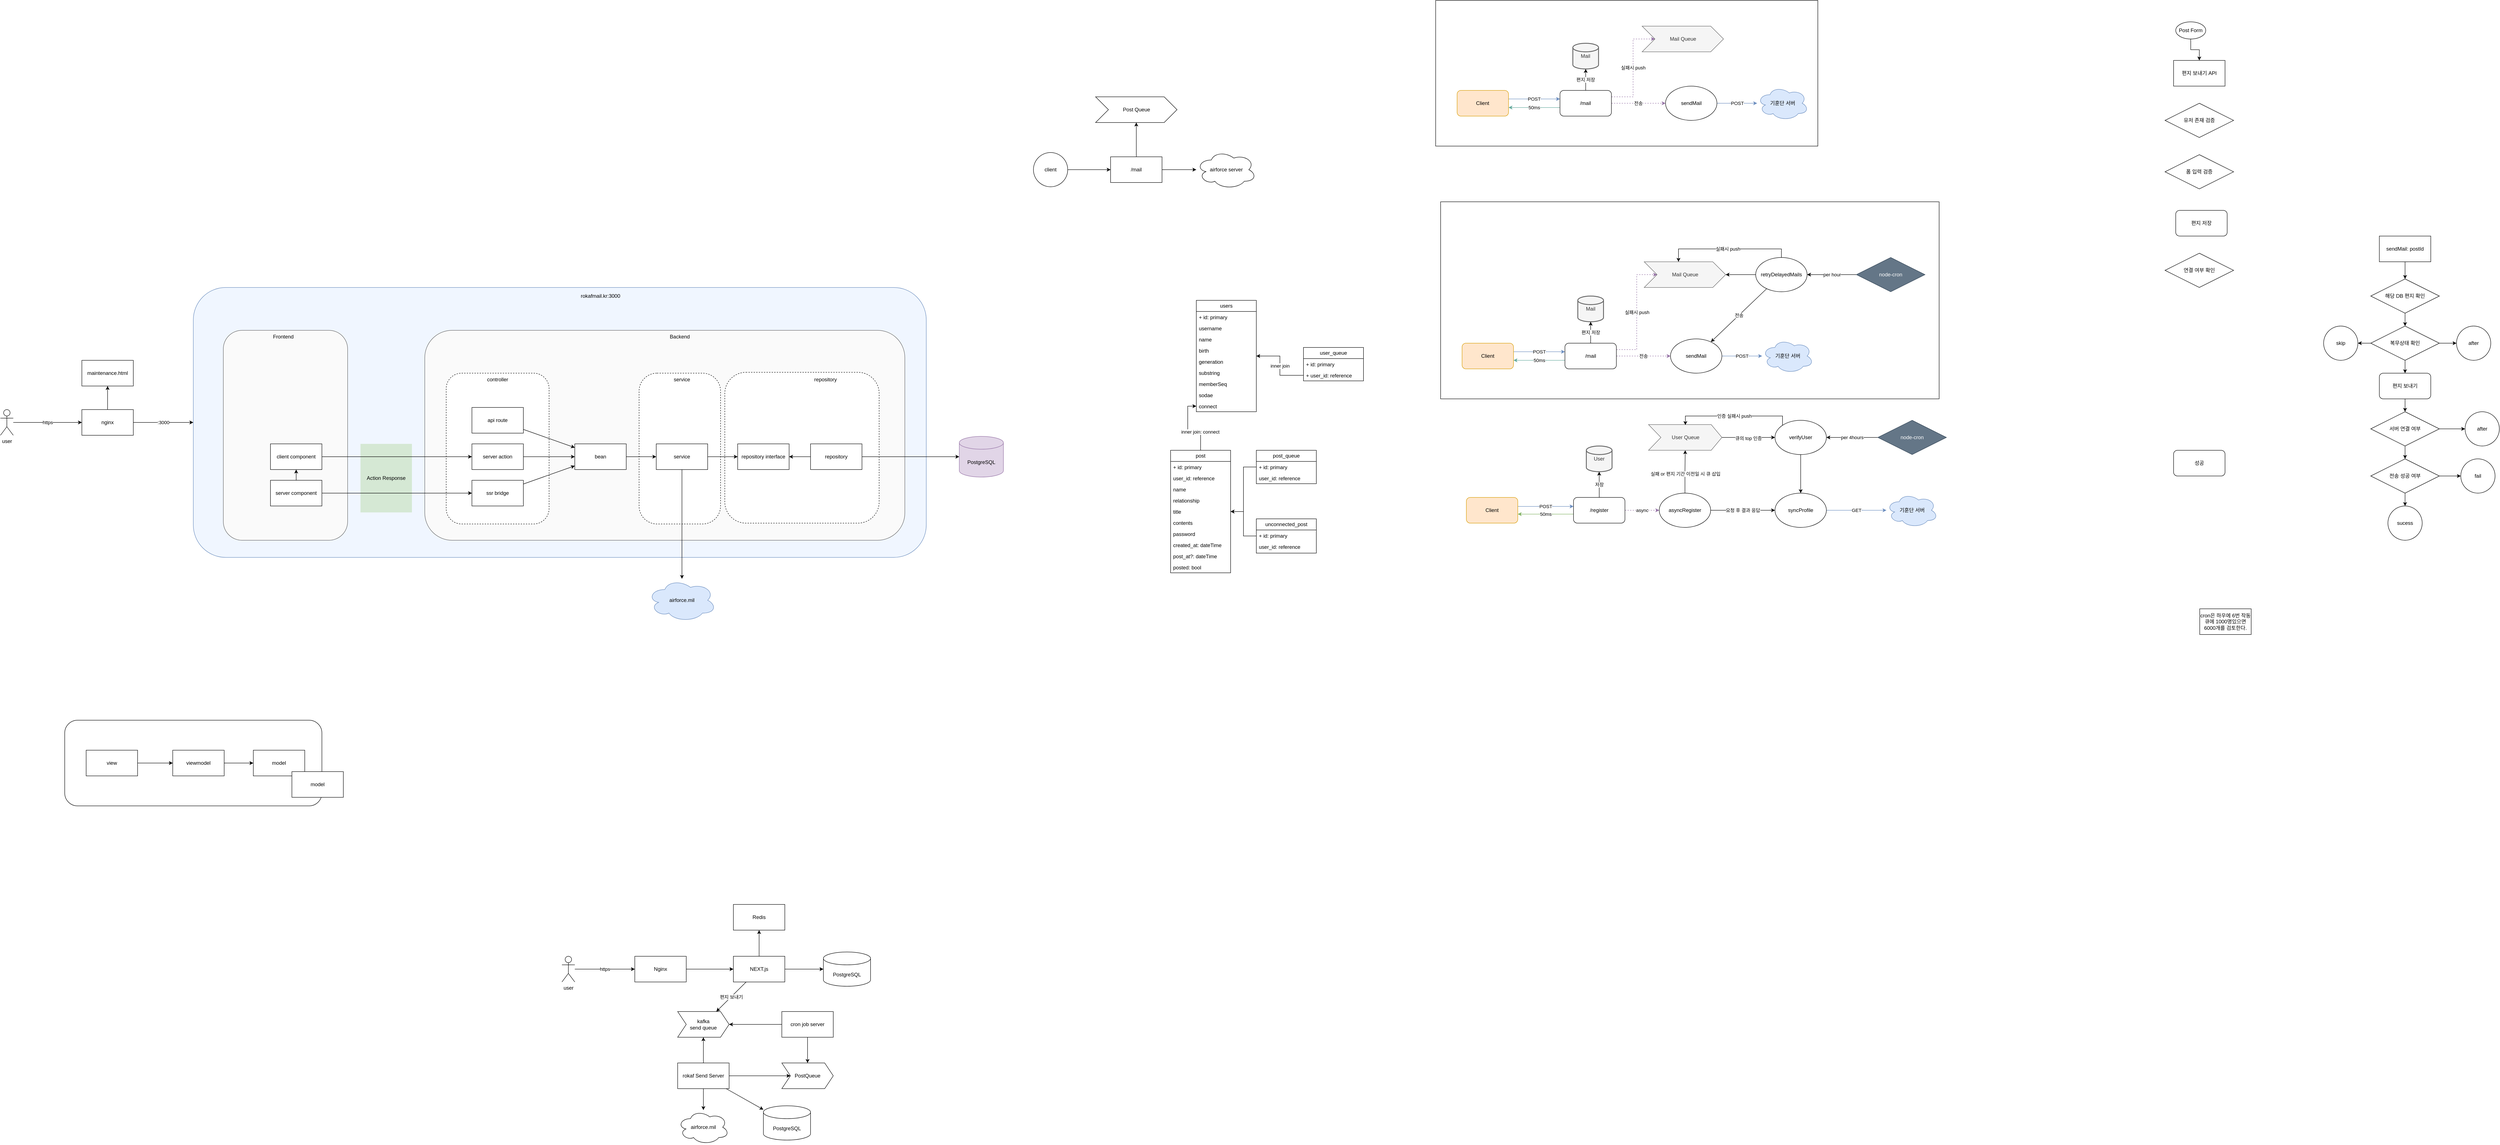
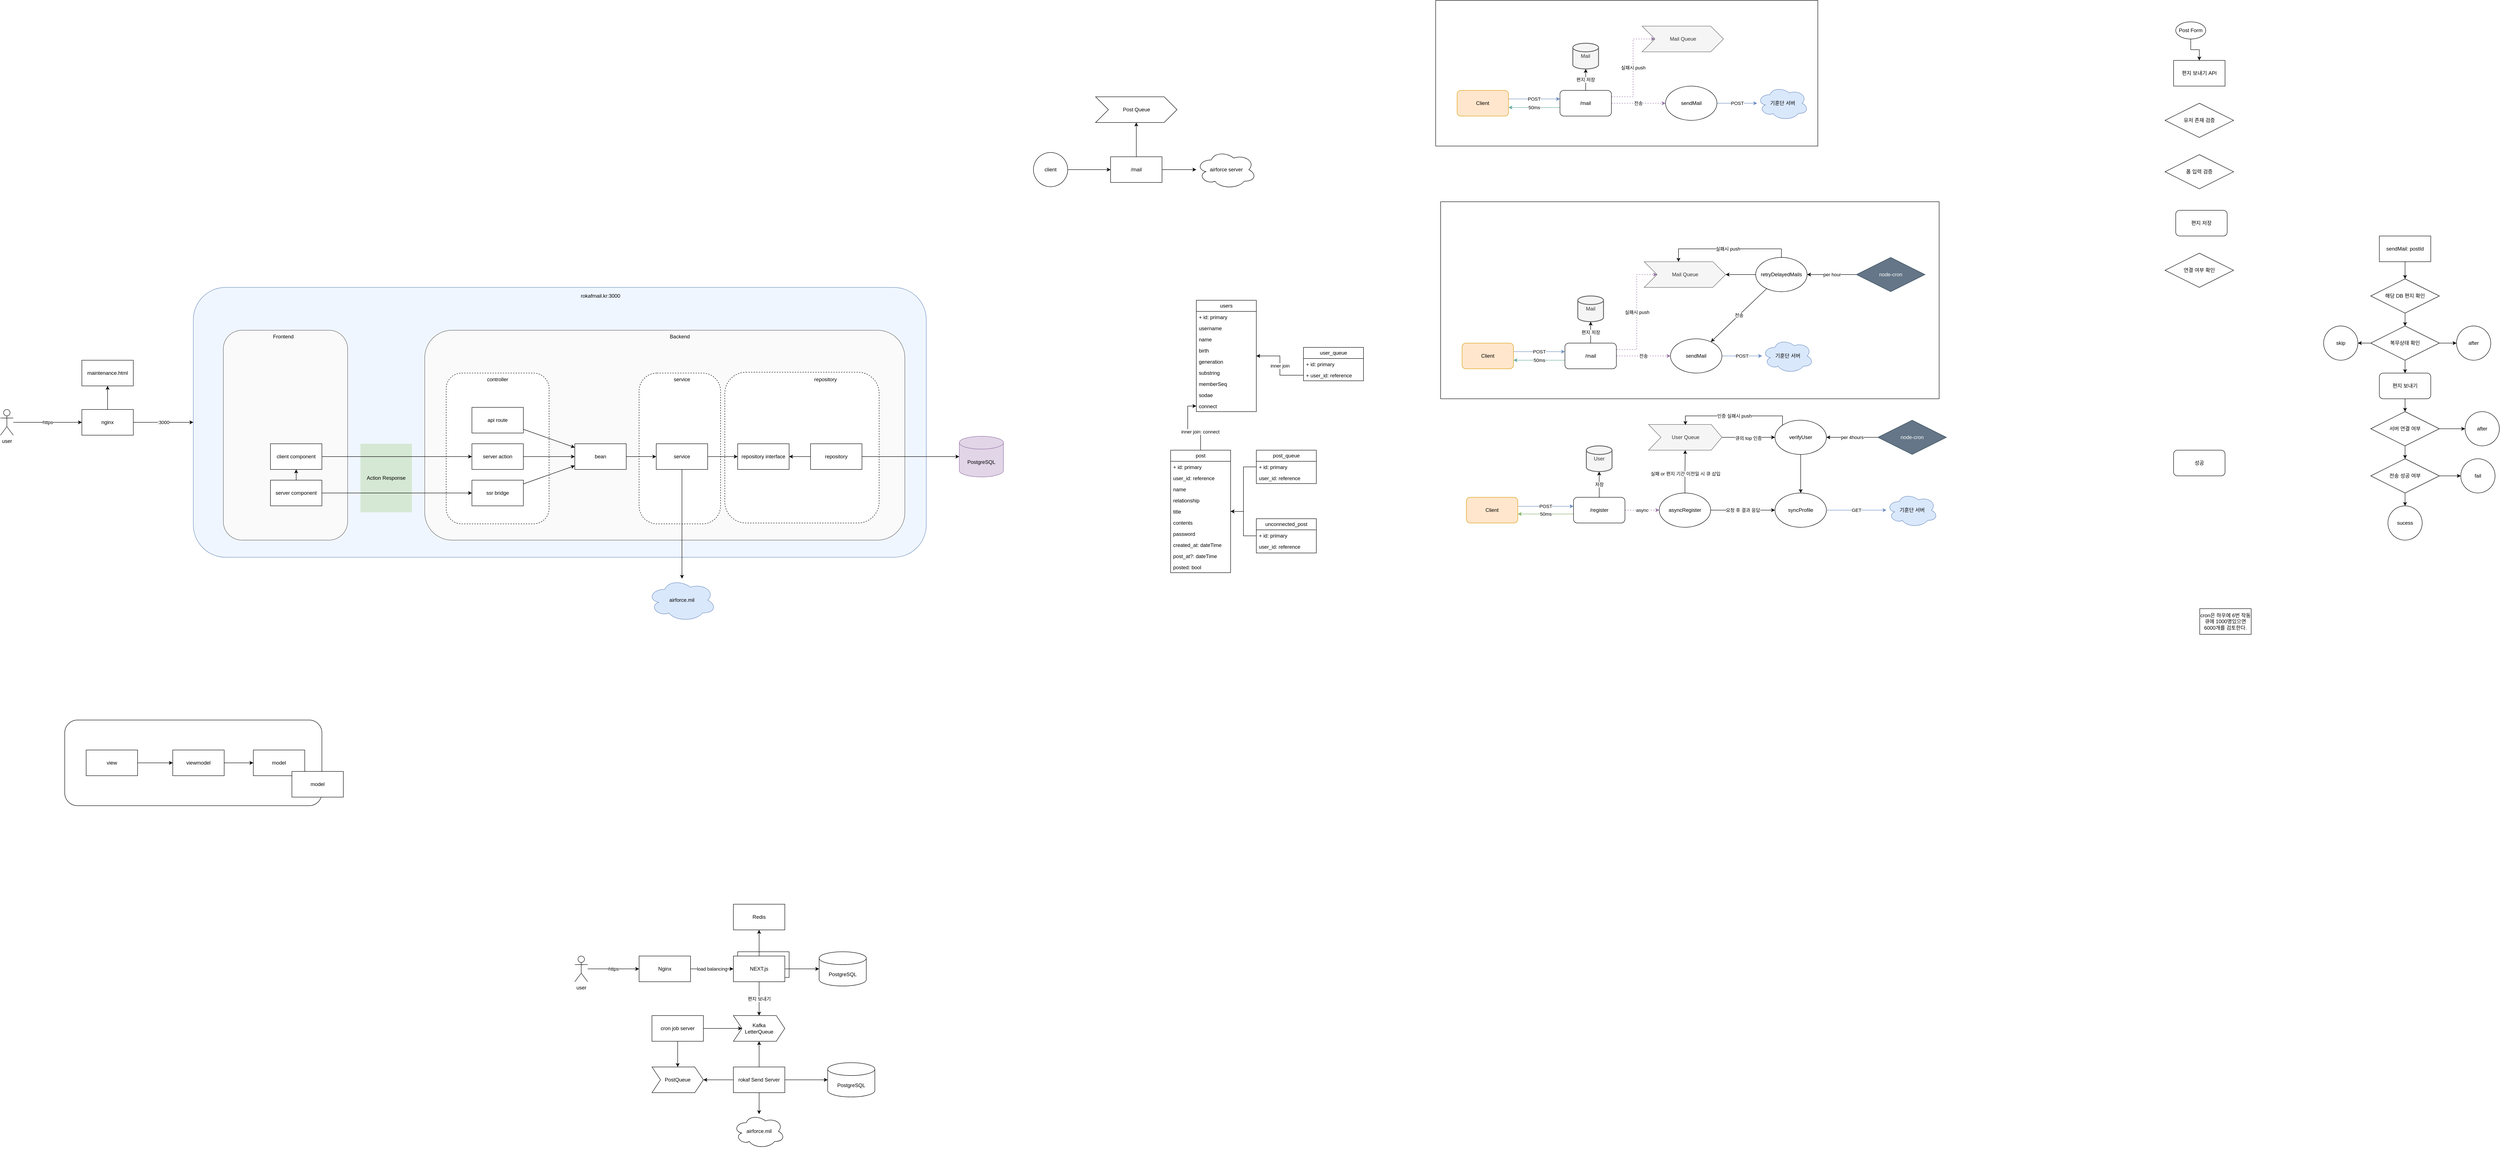
- <mxfile host="app.diagrams.net" modified="2024-07-10T15:11:09.408Z" agent="Mozilla/5.0 (Windows NT 10.0; Win64; x64) AppleWebKit/537.36 (KHTML, like Gecko) Chrome/98.0.4758.102 Safari/537.36" etag="PBRDcy-E1DudtRkzx_kH" version="24.6.4" type="github">
+ <mxfile host="app.diagrams.net" modified="2024-07-10T15:22:19.878Z" agent="Mozilla/5.0 (Windows NT 10.0; Win64; x64) AppleWebKit/537.36 (KHTML, like Gecko) Chrome/98.0.4758.102 Safari/537.36" etag="vU85OywTrh0gYisvMVqO" version="24.6.4" type="github">
  <diagram name="페이지-1" id="YYIqQqlZSumYDMB_ZiYN">
    <mxGraphModel dx="4503" dy="1806" grid="1" gridSize="10" guides="1" tooltips="1" connect="1" arrows="1" fold="1" page="1" pageScale="1" pageWidth="827" pageHeight="1169" math="0" shadow="0">
      <root>
        <mxCell id="0" />
        <mxCell id="1" parent="0" />
+         <mxCell id="KC-ms6B9jHgwYm-Lv0Fj-51" value="NEXT.js" style="rounded=0;whiteSpace=wrap;html=1;" vertex="1" parent="1">
+           <mxGeometry x="-930" y="1771" width="120" height="60" as="geometry" />
+         </mxCell>
        <mxCell id="HjyYQR78wkuJb60IUFvB-73" value="" style="rounded=1;whiteSpace=wrap;html=1;arcSize=15;" parent="1" vertex="1">
          <mxGeometry x="-2500" y="1230" width="600" height="200" as="geometry" />
        </mxCell>
        <mxCell id="HjyYQR78wkuJb60IUFvB-56" value="" style="rounded=1;whiteSpace=wrap;html=1;arcSize=12;fillColor=#f0f6ff;strokeColor=#6c8ebf;" parent="1" vertex="1">
          <mxGeometry x="-2200" y="220" width="1710" height="630" as="geometry" />
        </mxCell>
        <mxCell id="HjyYQR78wkuJb60IUFvB-39" value="" style="rounded=1;whiteSpace=wrap;html=1;arcSize=15;fillColor=#fafafa;fontColor=#333333;strokeColor=#666666;" parent="1" vertex="1">
          <mxGeometry x="-2130" y="320" width="290" height="490" as="geometry" />
        </mxCell>
        <mxCell id="HjyYQR78wkuJb60IUFvB-35" value="" style="rounded=1;whiteSpace=wrap;html=1;arcSize=13;fillColor=#FAFAFA;fontColor=#333333;strokeColor=#666666;" parent="1" vertex="1">
          <mxGeometry x="-1660" y="320" width="1120" height="490" as="geometry" />
        </mxCell>
        <mxCell id="HjyYQR78wkuJb60IUFvB-37" value="" style="rounded=1;whiteSpace=wrap;html=1;dashed=1;arcSize=22;" parent="1" vertex="1">
          <mxGeometry x="-1160" y="420" width="190" height="352" as="geometry" />
        </mxCell>
        <mxCell id="HjyYQR78wkuJb60IUFvB-32" value="" style="rounded=1;whiteSpace=wrap;html=1;dashed=1;arcSize=14;" parent="1" vertex="1">
          <mxGeometry x="-960" y="418" width="360" height="352" as="geometry" />
        </mxCell>
        <mxCell id="HjyYQR78wkuJb60IUFvB-33" value="repository" style="text;html=1;align=center;verticalAlign=middle;whiteSpace=wrap;rounded=0;" parent="1" vertex="1">
          <mxGeometry x="-755" y="420" width="60" height="30" as="geometry" />
        </mxCell>
        <mxCell id="HjyYQR78wkuJb60IUFvB-30" value="" style="rounded=1;whiteSpace=wrap;html=1;dashed=1;" parent="1" vertex="1">
          <mxGeometry x="-1610" y="420" width="240" height="352" as="geometry" />
        </mxCell>
        <mxCell id="cLTC8Ta03XSz9wgc8oL8-10" value="" style="rounded=0;whiteSpace=wrap;html=1;" parent="1" vertex="1">
          <mxGeometry x="710" y="20" width="1163" height="460" as="geometry" />
        </mxCell>
        <mxCell id="AZsRamwOxZUp80OkMe_C-2" value="users" style="swimlane;fontStyle=0;childLayout=stackLayout;horizontal=1;startSize=26;fillColor=none;horizontalStack=0;resizeParent=1;resizeParentMax=0;resizeLast=0;collapsible=1;marginBottom=0;whiteSpace=wrap;html=1;" parent="1" vertex="1">
          <mxGeometry x="140" y="250" width="140" height="260" as="geometry" />
        </mxCell>
        <mxCell id="AZsRamwOxZUp80OkMe_C-3" value="+ id: primary" style="text;strokeColor=none;fillColor=none;align=left;verticalAlign=top;spacingLeft=4;spacingRight=4;overflow=hidden;rotatable=0;points=[[0,0.5],[1,0.5]];portConstraint=eastwest;whiteSpace=wrap;html=1;" parent="AZsRamwOxZUp80OkMe_C-2" vertex="1">
          <mxGeometry y="26" width="140" height="26" as="geometry" />
        </mxCell>
        <mxCell id="AZsRamwOxZUp80OkMe_C-4" value="username" style="text;strokeColor=none;fillColor=none;align=left;verticalAlign=top;spacingLeft=4;spacingRight=4;overflow=hidden;rotatable=0;points=[[0,0.5],[1,0.5]];portConstraint=eastwest;whiteSpace=wrap;html=1;" parent="AZsRamwOxZUp80OkMe_C-2" vertex="1">
          <mxGeometry y="52" width="140" height="26" as="geometry" />
        </mxCell>
        <mxCell id="AZsRamwOxZUp80OkMe_C-5" value="name" style="text;strokeColor=none;fillColor=none;align=left;verticalAlign=top;spacingLeft=4;spacingRight=4;overflow=hidden;rotatable=0;points=[[0,0.5],[1,0.5]];portConstraint=eastwest;whiteSpace=wrap;html=1;" parent="AZsRamwOxZUp80OkMe_C-2" vertex="1">
          <mxGeometry y="78" width="140" height="26" as="geometry" />
        </mxCell>
        <mxCell id="AZsRamwOxZUp80OkMe_C-10" value="birth" style="text;strokeColor=none;fillColor=none;align=left;verticalAlign=top;spacingLeft=4;spacingRight=4;overflow=hidden;rotatable=0;points=[[0,0.5],[1,0.5]];portConstraint=eastwest;whiteSpace=wrap;html=1;" parent="AZsRamwOxZUp80OkMe_C-2" vertex="1">
          <mxGeometry y="104" width="140" height="26" as="geometry" />
        </mxCell>
        <mxCell id="AZsRamwOxZUp80OkMe_C-11" value="generation" style="text;strokeColor=none;fillColor=none;align=left;verticalAlign=top;spacingLeft=4;spacingRight=4;overflow=hidden;rotatable=0;points=[[0,0.5],[1,0.5]];portConstraint=eastwest;whiteSpace=wrap;html=1;" parent="AZsRamwOxZUp80OkMe_C-2" vertex="1">
          <mxGeometry y="130" width="140" height="26" as="geometry" />
        </mxCell>
        <mxCell id="AZsRamwOxZUp80OkMe_C-12" value="substring" style="text;strokeColor=none;fillColor=none;align=left;verticalAlign=top;spacingLeft=4;spacingRight=4;overflow=hidden;rotatable=0;points=[[0,0.5],[1,0.5]];portConstraint=eastwest;whiteSpace=wrap;html=1;" parent="AZsRamwOxZUp80OkMe_C-2" vertex="1">
          <mxGeometry y="156" width="140" height="26" as="geometry" />
        </mxCell>
        <mxCell id="AZsRamwOxZUp80OkMe_C-15" value="memberSeq" style="text;strokeColor=none;fillColor=none;align=left;verticalAlign=top;spacingLeft=4;spacingRight=4;overflow=hidden;rotatable=0;points=[[0,0.5],[1,0.5]];portConstraint=eastwest;whiteSpace=wrap;html=1;" parent="AZsRamwOxZUp80OkMe_C-2" vertex="1">
          <mxGeometry y="182" width="140" height="26" as="geometry" />
        </mxCell>
        <mxCell id="AZsRamwOxZUp80OkMe_C-14" value="sodae" style="text;strokeColor=none;fillColor=none;align=left;verticalAlign=top;spacingLeft=4;spacingRight=4;overflow=hidden;rotatable=0;points=[[0,0.5],[1,0.5]];portConstraint=eastwest;whiteSpace=wrap;html=1;" parent="AZsRamwOxZUp80OkMe_C-2" vertex="1">
          <mxGeometry y="208" width="140" height="26" as="geometry" />
        </mxCell>
        <mxCell id="AZsRamwOxZUp80OkMe_C-16" value="connect" style="text;strokeColor=none;fillColor=none;align=left;verticalAlign=top;spacingLeft=4;spacingRight=4;overflow=hidden;rotatable=0;points=[[0,0.5],[1,0.5]];portConstraint=eastwest;whiteSpace=wrap;html=1;" parent="AZsRamwOxZUp80OkMe_C-2" vertex="1">
          <mxGeometry y="234" width="140" height="26" as="geometry" />
        </mxCell>
        <mxCell id="AZsRamwOxZUp80OkMe_C-6" value="user_queue" style="swimlane;fontStyle=0;childLayout=stackLayout;horizontal=1;startSize=26;fillColor=none;horizontalStack=0;resizeParent=1;resizeParentMax=0;resizeLast=0;collapsible=1;marginBottom=0;whiteSpace=wrap;html=1;" parent="1" vertex="1">
          <mxGeometry x="390" y="360" width="140" height="78" as="geometry" />
        </mxCell>
        <mxCell id="AZsRamwOxZUp80OkMe_C-18" value="+ id: primary" style="text;strokeColor=none;fillColor=none;align=left;verticalAlign=top;spacingLeft=4;spacingRight=4;overflow=hidden;rotatable=0;points=[[0,0.5],[1,0.5]];portConstraint=eastwest;whiteSpace=wrap;html=1;" parent="AZsRamwOxZUp80OkMe_C-6" vertex="1">
          <mxGeometry y="26" width="140" height="26" as="geometry" />
        </mxCell>
        <mxCell id="AZsRamwOxZUp80OkMe_C-7" value="+ user_id: reference" style="text;strokeColor=none;fillColor=none;align=left;verticalAlign=top;spacingLeft=4;spacingRight=4;overflow=hidden;rotatable=0;points=[[0,0.5],[1,0.5]];portConstraint=eastwest;whiteSpace=wrap;html=1;" parent="AZsRamwOxZUp80OkMe_C-6" vertex="1">
          <mxGeometry y="52" width="140" height="26" as="geometry" />
        </mxCell>
        <mxCell id="AZsRamwOxZUp80OkMe_C-19" value="inner join" style="edgeStyle=orthogonalEdgeStyle;rounded=0;orthogonalLoop=1;jettySize=auto;html=1;" parent="1" source="AZsRamwOxZUp80OkMe_C-7" target="AZsRamwOxZUp80OkMe_C-2" edge="1">
          <mxGeometry relative="1" as="geometry" />
        </mxCell>
        <mxCell id="F6sanjwA14LKa2ckui42-2" style="edgeStyle=orthogonalEdgeStyle;rounded=0;orthogonalLoop=1;jettySize=auto;html=1;" parent="1" source="AZsRamwOxZUp80OkMe_C-20" target="AZsRamwOxZUp80OkMe_C-16" edge="1">
          <mxGeometry relative="1" as="geometry" />
        </mxCell>
        <mxCell id="F6sanjwA14LKa2ckui42-3" value="inner join: connect" style="edgeLabel;html=1;align=center;verticalAlign=middle;resizable=0;points=[];" parent="F6sanjwA14LKa2ckui42-2" vertex="1" connectable="0">
          <mxGeometry x="-0.4284" y="1" relative="1" as="geometry">
            <mxPoint as="offset" />
          </mxGeometry>
        </mxCell>
        <mxCell id="AZsRamwOxZUp80OkMe_C-20" value="post" style="swimlane;fontStyle=0;childLayout=stackLayout;horizontal=1;startSize=26;fillColor=none;horizontalStack=0;resizeParent=1;resizeParentMax=0;resizeLast=0;collapsible=1;marginBottom=0;whiteSpace=wrap;html=1;" parent="1" vertex="1">
          <mxGeometry x="80" y="600" width="140" height="286" as="geometry" />
        </mxCell>
        <mxCell id="AZsRamwOxZUp80OkMe_C-21" value="+ id: primary" style="text;strokeColor=none;fillColor=none;align=left;verticalAlign=top;spacingLeft=4;spacingRight=4;overflow=hidden;rotatable=0;points=[[0,0.5],[1,0.5]];portConstraint=eastwest;whiteSpace=wrap;html=1;" parent="AZsRamwOxZUp80OkMe_C-20" vertex="1">
          <mxGeometry y="26" width="140" height="26" as="geometry" />
        </mxCell>
        <mxCell id="AZsRamwOxZUp80OkMe_C-22" value="user_id: reference" style="text;strokeColor=none;fillColor=none;align=left;verticalAlign=top;spacingLeft=4;spacingRight=4;overflow=hidden;rotatable=0;points=[[0,0.5],[1,0.5]];portConstraint=eastwest;whiteSpace=wrap;html=1;" parent="AZsRamwOxZUp80OkMe_C-20" vertex="1">
          <mxGeometry y="52" width="140" height="26" as="geometry" />
        </mxCell>
        <mxCell id="AZsRamwOxZUp80OkMe_C-23" value="name" style="text;strokeColor=none;fillColor=none;align=left;verticalAlign=top;spacingLeft=4;spacingRight=4;overflow=hidden;rotatable=0;points=[[0,0.5],[1,0.5]];portConstraint=eastwest;whiteSpace=wrap;html=1;" parent="AZsRamwOxZUp80OkMe_C-20" vertex="1">
          <mxGeometry y="78" width="140" height="26" as="geometry" />
        </mxCell>
        <mxCell id="AZsRamwOxZUp80OkMe_C-24" value="relationship" style="text;strokeColor=none;fillColor=none;align=left;verticalAlign=top;spacingLeft=4;spacingRight=4;overflow=hidden;rotatable=0;points=[[0,0.5],[1,0.5]];portConstraint=eastwest;whiteSpace=wrap;html=1;" parent="AZsRamwOxZUp80OkMe_C-20" vertex="1">
          <mxGeometry y="104" width="140" height="26" as="geometry" />
        </mxCell>
        <mxCell id="AZsRamwOxZUp80OkMe_C-25" value="title" style="text;strokeColor=none;fillColor=none;align=left;verticalAlign=top;spacingLeft=4;spacingRight=4;overflow=hidden;rotatable=0;points=[[0,0.5],[1,0.5]];portConstraint=eastwest;whiteSpace=wrap;html=1;" parent="AZsRamwOxZUp80OkMe_C-20" vertex="1">
          <mxGeometry y="130" width="140" height="26" as="geometry" />
        </mxCell>
        <mxCell id="AZsRamwOxZUp80OkMe_C-26" value="contents" style="text;strokeColor=none;fillColor=none;align=left;verticalAlign=top;spacingLeft=4;spacingRight=4;overflow=hidden;rotatable=0;points=[[0,0.5],[1,0.5]];portConstraint=eastwest;whiteSpace=wrap;html=1;" parent="AZsRamwOxZUp80OkMe_C-20" vertex="1">
          <mxGeometry y="156" width="140" height="26" as="geometry" />
        </mxCell>
        <mxCell id="AZsRamwOxZUp80OkMe_C-27" value="password" style="text;strokeColor=none;fillColor=none;align=left;verticalAlign=top;spacingLeft=4;spacingRight=4;overflow=hidden;rotatable=0;points=[[0,0.5],[1,0.5]];portConstraint=eastwest;whiteSpace=wrap;html=1;" parent="AZsRamwOxZUp80OkMe_C-20" vertex="1">
          <mxGeometry y="182" width="140" height="26" as="geometry" />
        </mxCell>
        <mxCell id="AZsRamwOxZUp80OkMe_C-28" value="created_at: dateTime" style="text;strokeColor=none;fillColor=none;align=left;verticalAlign=top;spacingLeft=4;spacingRight=4;overflow=hidden;rotatable=0;points=[[0,0.5],[1,0.5]];portConstraint=eastwest;whiteSpace=wrap;html=1;" parent="AZsRamwOxZUp80OkMe_C-20" vertex="1">
          <mxGeometry y="208" width="140" height="26" as="geometry" />
        </mxCell>
        <mxCell id="AZsRamwOxZUp80OkMe_C-41" value="post_at?: dateTime" style="text;strokeColor=none;fillColor=none;align=left;verticalAlign=top;spacingLeft=4;spacingRight=4;overflow=hidden;rotatable=0;points=[[0,0.5],[1,0.5]];portConstraint=eastwest;whiteSpace=wrap;html=1;" parent="AZsRamwOxZUp80OkMe_C-20" vertex="1">
          <mxGeometry y="234" width="140" height="26" as="geometry" />
        </mxCell>
        <mxCell id="AZsRamwOxZUp80OkMe_C-42" value="posted: bool" style="text;strokeColor=none;fillColor=none;align=left;verticalAlign=top;spacingLeft=4;spacingRight=4;overflow=hidden;rotatable=0;points=[[0,0.5],[1,0.5]];portConstraint=eastwest;whiteSpace=wrap;html=1;" parent="AZsRamwOxZUp80OkMe_C-20" vertex="1">
          <mxGeometry y="260" width="140" height="26" as="geometry" />
        </mxCell>
        <mxCell id="F6sanjwA14LKa2ckui42-4" style="edgeStyle=orthogonalEdgeStyle;rounded=0;orthogonalLoop=1;jettySize=auto;html=1;" parent="1" source="AZsRamwOxZUp80OkMe_C-30" target="AZsRamwOxZUp80OkMe_C-20" edge="1">
          <mxGeometry relative="1" as="geometry" />
        </mxCell>
        <mxCell id="AZsRamwOxZUp80OkMe_C-30" value="post_queue" style="swimlane;fontStyle=0;childLayout=stackLayout;horizontal=1;startSize=26;fillColor=none;horizontalStack=0;resizeParent=1;resizeParentMax=0;resizeLast=0;collapsible=1;marginBottom=0;whiteSpace=wrap;html=1;" parent="1" vertex="1">
          <mxGeometry x="280" y="600" width="140" height="78" as="geometry" />
        </mxCell>
        <mxCell id="AZsRamwOxZUp80OkMe_C-31" value="+ id: primary" style="text;strokeColor=none;fillColor=none;align=left;verticalAlign=top;spacingLeft=4;spacingRight=4;overflow=hidden;rotatable=0;points=[[0,0.5],[1,0.5]];portConstraint=eastwest;whiteSpace=wrap;html=1;" parent="AZsRamwOxZUp80OkMe_C-30" vertex="1">
          <mxGeometry y="26" width="140" height="26" as="geometry" />
        </mxCell>
        <mxCell id="AZsRamwOxZUp80OkMe_C-32" value="user_id: reference" style="text;strokeColor=none;fillColor=none;align=left;verticalAlign=top;spacingLeft=4;spacingRight=4;overflow=hidden;rotatable=0;points=[[0,0.5],[1,0.5]];portConstraint=eastwest;whiteSpace=wrap;html=1;" parent="AZsRamwOxZUp80OkMe_C-30" vertex="1">
          <mxGeometry y="52" width="140" height="26" as="geometry" />
        </mxCell>
        <mxCell id="F6sanjwA14LKa2ckui42-5" style="edgeStyle=orthogonalEdgeStyle;rounded=0;orthogonalLoop=1;jettySize=auto;html=1;" parent="1" source="AZsRamwOxZUp80OkMe_C-46" target="AZsRamwOxZUp80OkMe_C-20" edge="1">
          <mxGeometry relative="1" as="geometry" />
        </mxCell>
        <mxCell id="AZsRamwOxZUp80OkMe_C-46" value="unconnected_post" style="swimlane;fontStyle=0;childLayout=stackLayout;horizontal=1;startSize=26;fillColor=none;horizontalStack=0;resizeParent=1;resizeParentMax=0;resizeLast=0;collapsible=1;marginBottom=0;whiteSpace=wrap;html=1;" parent="1" vertex="1">
          <mxGeometry x="280" y="760" width="140" height="80" as="geometry" />
        </mxCell>
        <mxCell id="AZsRamwOxZUp80OkMe_C-47" value="+ id: primary" style="text;strokeColor=none;fillColor=none;align=left;verticalAlign=top;spacingLeft=4;spacingRight=4;overflow=hidden;rotatable=0;points=[[0,0.5],[1,0.5]];portConstraint=eastwest;whiteSpace=wrap;html=1;" parent="AZsRamwOxZUp80OkMe_C-46" vertex="1">
          <mxGeometry y="26" width="140" height="26" as="geometry" />
        </mxCell>
        <mxCell id="AZsRamwOxZUp80OkMe_C-48" value="user_id: reference" style="text;strokeColor=none;fillColor=none;align=left;verticalAlign=top;spacingLeft=4;spacingRight=4;overflow=hidden;rotatable=0;points=[[0,0.5],[1,0.5]];portConstraint=eastwest;whiteSpace=wrap;html=1;" parent="AZsRamwOxZUp80OkMe_C-46" vertex="1">
          <mxGeometry y="52" width="140" height="28" as="geometry" />
        </mxCell>
        <mxCell id="wQPPLxiwdvjhVnuzjJRF-10" value="실패시 push" style="edgeStyle=elbowEdgeStyle;rounded=0;orthogonalLoop=1;jettySize=auto;html=1;fillColor=#e1d5e7;strokeColor=#9673a6;dashed=1;entryX=0;entryY=0.5;entryDx=30;entryDy=0;entryPerimeter=0;exitX=1;exitY=0.25;exitDx=0;exitDy=0;" parent="1" source="TXcI-fBlLuWAS2TPfB02-22" target="TXcI-fBlLuWAS2TPfB02-9" edge="1">
          <mxGeometry relative="1" as="geometry">
            <mxPoint x="1282.5" y="365" as="sourcePoint" />
          </mxGeometry>
        </mxCell>
        <mxCell id="wQPPLxiwdvjhVnuzjJRF-13" value="POST" style="rounded=0;orthogonalLoop=1;jettySize=auto;html=1;startArrow=none;startFill=0;fillColor=#dae8fc;strokeColor=#6c8ebf;" parent="1" source="wQPPLxiwdvjhVnuzjJRF-19" target="TXcI-fBlLuWAS2TPfB02-2" edge="1">
          <mxGeometry relative="1" as="geometry" />
        </mxCell>
        <mxCell id="TXcI-fBlLuWAS2TPfB02-2" value="기훈단 서버" style="ellipse;shape=cloud;whiteSpace=wrap;html=1;fillColor=#dae8fc;strokeColor=#6c8ebf;" parent="1" vertex="1">
          <mxGeometry x="1460" y="340" width="120" height="80" as="geometry" />
        </mxCell>
        <mxCell id="TXcI-fBlLuWAS2TPfB02-11" value="" style="edgeStyle=orthogonalEdgeStyle;rounded=0;orthogonalLoop=1;jettySize=auto;html=1;" parent="1" source="wQPPLxiwdvjhVnuzjJRF-23" target="TXcI-fBlLuWAS2TPfB02-9" edge="1">
          <mxGeometry relative="1" as="geometry">
            <mxPoint x="1449.9099999999999" y="220" as="targetPoint" />
            <Array as="points" />
          </mxGeometry>
        </mxCell>
        <mxCell id="TXcI-fBlLuWAS2TPfB02-9" value="Mail Queue" style="html=1;shadow=0;dashed=0;align=center;verticalAlign=middle;shape=mxgraph.arrows2.arrow;dy=0;dx=30;notch=30;fillColor=#f5f5f5;fontColor=#333333;strokeColor=#666666;" parent="1" vertex="1">
          <mxGeometry x="1184.91" y="160" width="190" height="60" as="geometry" />
        </mxCell>
        <mxCell id="TXcI-fBlLuWAS2TPfB02-21" value="POST" style="edgeStyle=orthogonalEdgeStyle;rounded=0;orthogonalLoop=1;jettySize=auto;html=1;fillColor=#dae8fc;strokeColor=#6c8ebf;" parent="1" source="TXcI-fBlLuWAS2TPfB02-19" target="TXcI-fBlLuWAS2TPfB02-22" edge="1">
          <mxGeometry relative="1" as="geometry">
            <mxPoint x="970" y="380" as="targetPoint" />
            <Array as="points">
              <mxPoint x="960" y="370" />
              <mxPoint x="960" y="370" />
            </Array>
          </mxGeometry>
        </mxCell>
        <mxCell id="TXcI-fBlLuWAS2TPfB02-19" value="Client" style="rounded=1;whiteSpace=wrap;html=1;fillColor=#ffe6cc;strokeColor=#d79b00;" parent="1" vertex="1">
          <mxGeometry x="760" y="350" width="120" height="60" as="geometry" />
        </mxCell>
        <mxCell id="TXcI-fBlLuWAS2TPfB02-20" value="Mail" style="strokeWidth=2;html=1;shape=mxgraph.flowchart.database;whiteSpace=wrap;fillColor=#f5f5f5;fontColor=#333333;strokeColor=#666666;" parent="1" vertex="1">
          <mxGeometry x="1030" y="240" width="60" height="60" as="geometry" />
        </mxCell>
        <mxCell id="TXcI-fBlLuWAS2TPfB02-23" value="편지 저장" style="edgeStyle=orthogonalEdgeStyle;rounded=0;orthogonalLoop=1;jettySize=auto;html=1;" parent="1" source="TXcI-fBlLuWAS2TPfB02-22" target="TXcI-fBlLuWAS2TPfB02-20" edge="1">
          <mxGeometry relative="1" as="geometry" />
        </mxCell>
        <mxCell id="TXcI-fBlLuWAS2TPfB02-24" value="전송" style="edgeStyle=orthogonalEdgeStyle;rounded=0;orthogonalLoop=1;jettySize=auto;html=1;dashed=1;fillColor=#e1d5e7;strokeColor=#9673a6;" parent="1" source="TXcI-fBlLuWAS2TPfB02-22" target="wQPPLxiwdvjhVnuzjJRF-19" edge="1">
          <mxGeometry relative="1" as="geometry">
            <mxPoint x="1260" y="380" as="targetPoint" />
          </mxGeometry>
        </mxCell>
        <mxCell id="TXcI-fBlLuWAS2TPfB02-26" value="50ms" style="edgeStyle=orthogonalEdgeStyle;rounded=0;orthogonalLoop=1;jettySize=auto;html=1;strokeColor=#67AB9F;" parent="1" source="TXcI-fBlLuWAS2TPfB02-22" target="TXcI-fBlLuWAS2TPfB02-19" edge="1">
          <mxGeometry relative="1" as="geometry">
            <Array as="points">
              <mxPoint x="960" y="390" />
              <mxPoint x="960" y="390" />
            </Array>
          </mxGeometry>
        </mxCell>
        <mxCell id="TXcI-fBlLuWAS2TPfB02-22" value="/mail" style="rounded=1;whiteSpace=wrap;html=1;" parent="1" vertex="1">
          <mxGeometry x="1000" y="350" width="120" height="60" as="geometry" />
        </mxCell>
        <mxCell id="wQPPLxiwdvjhVnuzjJRF-21" value="per hour" style="rounded=0;orthogonalLoop=1;jettySize=auto;html=1;edgeStyle=orthogonalEdgeStyle;" parent="1" source="TXcI-fBlLuWAS2TPfB02-27" target="wQPPLxiwdvjhVnuzjJRF-23" edge="1">
          <mxGeometry relative="1" as="geometry" />
        </mxCell>
        <mxCell id="TXcI-fBlLuWAS2TPfB02-27" value="node-cron" style="rhombus;whiteSpace=wrap;html=1;fillColor=#647687;fontColor=#ffffff;strokeColor=#314354;" parent="1" vertex="1">
          <mxGeometry x="1680" y="150" width="160" height="80" as="geometry" />
        </mxCell>
        <mxCell id="u-H9VCNATk9NBnKGN-eY-5" value="POST" style="edgeStyle=orthogonalEdgeStyle;rounded=0;orthogonalLoop=1;jettySize=auto;html=1;fillColor=#dae8fc;strokeColor=#6c8ebf;" parent="1" edge="1">
          <mxGeometry relative="1" as="geometry">
            <mxPoint x="890" y="731" as="sourcePoint" />
            <mxPoint x="1020" y="731" as="targetPoint" />
          </mxGeometry>
        </mxCell>
        <mxCell id="TXcI-fBlLuWAS2TPfB02-53" value="Client" style="rounded=1;whiteSpace=wrap;html=1;fillColor=#ffe6cc;strokeColor=#d79b00;" parent="1" vertex="1">
          <mxGeometry x="770.0000000000001" y="710" width="120" height="60" as="geometry" />
        </mxCell>
        <mxCell id="TXcI-fBlLuWAS2TPfB02-57" value="async" style="edgeStyle=orthogonalEdgeStyle;rounded=0;orthogonalLoop=1;jettySize=auto;html=1;dashed=1;fillColor=#e1d5e7;strokeColor=#9673a6;" parent="1" source="TXcI-fBlLuWAS2TPfB02-54" target="TXcI-fBlLuWAS2TPfB02-56" edge="1">
          <mxGeometry relative="1" as="geometry" />
        </mxCell>
        <mxCell id="TXcI-fBlLuWAS2TPfB02-59" value="50ms" style="edgeStyle=orthogonalEdgeStyle;rounded=0;orthogonalLoop=1;jettySize=auto;html=1;fillColor=#d5e8d4;strokeColor=#82b366;" parent="1" edge="1">
          <mxGeometry relative="1" as="geometry">
            <mxPoint x="1020" y="749" as="sourcePoint" />
            <mxPoint x="890" y="749" as="targetPoint" />
          </mxGeometry>
        </mxCell>
        <mxCell id="TXcI-fBlLuWAS2TPfB02-65" value="저장" style="edgeStyle=orthogonalEdgeStyle;rounded=0;orthogonalLoop=1;jettySize=auto;html=1;" parent="1" source="TXcI-fBlLuWAS2TPfB02-54" target="TXcI-fBlLuWAS2TPfB02-64" edge="1">
          <mxGeometry relative="1" as="geometry" />
        </mxCell>
        <mxCell id="TXcI-fBlLuWAS2TPfB02-54" value="/register" style="rounded=1;whiteSpace=wrap;html=1;" parent="1" vertex="1">
          <mxGeometry x="1020" y="710" width="120" height="60" as="geometry" />
        </mxCell>
        <mxCell id="TXcI-fBlLuWAS2TPfB02-69" style="edgeStyle=orthogonalEdgeStyle;rounded=0;orthogonalLoop=1;jettySize=auto;html=1;" parent="1" source="TXcI-fBlLuWAS2TPfB02-56" target="TXcI-fBlLuWAS2TPfB02-61" edge="1">
          <mxGeometry relative="1" as="geometry" />
        </mxCell>
        <mxCell id="y1SOeucjYuMJN-nhCAUV-7" value="실패 or 편지 기간 이전일 시 큐 삽입" style="edgeLabel;html=1;align=center;verticalAlign=middle;resizable=0;points=[];" parent="TXcI-fBlLuWAS2TPfB02-69" vertex="1" connectable="0">
          <mxGeometry x="-0.1037" y="-1" relative="1" as="geometry">
            <mxPoint as="offset" />
          </mxGeometry>
        </mxCell>
        <mxCell id="K3UKubzrvV4H-gYz2n_W-7" value="요청 후 결과 응답" style="edgeStyle=orthogonalEdgeStyle;rounded=0;orthogonalLoop=1;jettySize=auto;html=1;" parent="1" source="TXcI-fBlLuWAS2TPfB02-56" target="K3UKubzrvV4H-gYz2n_W-2" edge="1">
          <mxGeometry relative="1" as="geometry" />
        </mxCell>
        <mxCell id="TXcI-fBlLuWAS2TPfB02-56" value="asyncRegister" style="ellipse;whiteSpace=wrap;html=1;" parent="1" vertex="1">
          <mxGeometry x="1220" y="700" width="120" height="80" as="geometry" />
        </mxCell>
        <mxCell id="TXcI-fBlLuWAS2TPfB02-71" style="edgeStyle=orthogonalEdgeStyle;rounded=0;orthogonalLoop=1;jettySize=auto;html=1;" parent="1" source="TXcI-fBlLuWAS2TPfB02-61" target="K3UKubzrvV4H-gYz2n_W-4" edge="1">
          <mxGeometry relative="1" as="geometry">
            <mxPoint x="1440" y="610" as="targetPoint" />
          </mxGeometry>
        </mxCell>
        <mxCell id="y1SOeucjYuMJN-nhCAUV-8" value="큐의 top 인증" style="edgeLabel;html=1;align=center;verticalAlign=middle;resizable=0;points=[];" parent="TXcI-fBlLuWAS2TPfB02-71" vertex="1" connectable="0">
          <mxGeometry x="-0.0036" y="-2" relative="1" as="geometry">
            <mxPoint as="offset" />
          </mxGeometry>
        </mxCell>
        <mxCell id="TXcI-fBlLuWAS2TPfB02-61" value="User Queue" style="html=1;shadow=0;dashed=0;align=center;verticalAlign=middle;shape=mxgraph.arrows2.arrow;dy=0;dx=25;notch=29;fillColor=#f5f5f5;fontColor=#333333;strokeColor=#666666;" parent="1" vertex="1">
          <mxGeometry x="1195" y="540" width="171.25" height="60" as="geometry" />
        </mxCell>
        <mxCell id="TXcI-fBlLuWAS2TPfB02-64" value="User" style="strokeWidth=2;html=1;shape=mxgraph.flowchart.database;whiteSpace=wrap;fillColor=#f5f5f5;fontColor=#333333;strokeColor=#666666;" parent="1" vertex="1">
          <mxGeometry x="1049.91" y="590" width="60" height="60" as="geometry" />
        </mxCell>
        <mxCell id="TXcI-fBlLuWAS2TPfB02-66" value="기훈단 서버" style="ellipse;shape=cloud;whiteSpace=wrap;html=1;fillColor=#dae8fc;strokeColor=#6c8ebf;" parent="1" vertex="1">
          <mxGeometry x="1750" y="700" width="120" height="80" as="geometry" />
        </mxCell>
        <mxCell id="TXcI-fBlLuWAS2TPfB02-81" value="cron은 하우에 6번 작동&lt;div&gt;큐에 1000명있으면&lt;/div&gt;&lt;div&gt;6000개를 검토한다.&lt;/div&gt;" style="whiteSpace=wrap;html=1;" parent="1" vertex="1">
          <mxGeometry x="2481" y="970" width="120" height="60" as="geometry" />
        </mxCell>
        <mxCell id="6U6_2w2MqQ0kD7e6yzDg-1" value="편지 보내기 API" style="rounded=0;whiteSpace=wrap;html=1;" parent="1" vertex="1">
          <mxGeometry x="2420" y="-310" width="120" height="60" as="geometry" />
        </mxCell>
        <mxCell id="6U6_2w2MqQ0kD7e6yzDg-3" style="edgeStyle=orthogonalEdgeStyle;rounded=0;orthogonalLoop=1;jettySize=auto;html=1;" parent="1" source="6U6_2w2MqQ0kD7e6yzDg-2" target="6U6_2w2MqQ0kD7e6yzDg-1" edge="1">
          <mxGeometry relative="1" as="geometry" />
        </mxCell>
        <mxCell id="6U6_2w2MqQ0kD7e6yzDg-2" value="Post Form" style="ellipse;whiteSpace=wrap;html=1;" parent="1" vertex="1">
          <mxGeometry x="2425" y="-400" width="70" height="40" as="geometry" />
        </mxCell>
        <mxCell id="6U6_2w2MqQ0kD7e6yzDg-4" value="유저 존재 검증" style="rhombus;whiteSpace=wrap;html=1;" parent="1" vertex="1">
          <mxGeometry x="2400" y="-210" width="160" height="80" as="geometry" />
        </mxCell>
        <mxCell id="6U6_2w2MqQ0kD7e6yzDg-5" value="폼 입력 검증" style="rhombus;whiteSpace=wrap;html=1;" parent="1" vertex="1">
          <mxGeometry x="2400" y="-90" width="160" height="80" as="geometry" />
        </mxCell>
        <mxCell id="6U6_2w2MqQ0kD7e6yzDg-6" value="편지 저장" style="rounded=1;whiteSpace=wrap;html=1;" parent="1" vertex="1">
          <mxGeometry x="2425" y="40" width="120" height="60" as="geometry" />
        </mxCell>
        <mxCell id="6U6_2w2MqQ0kD7e6yzDg-7" value="연결 여부 확인" style="rhombus;whiteSpace=wrap;html=1;" parent="1" vertex="1">
          <mxGeometry x="2400" y="140" width="160" height="80" as="geometry" />
        </mxCell>
        <mxCell id="6U6_2w2MqQ0kD7e6yzDg-30" style="edgeStyle=orthogonalEdgeStyle;rounded=0;orthogonalLoop=1;jettySize=auto;html=1;" parent="1" source="6U6_2w2MqQ0kD7e6yzDg-10" target="6U6_2w2MqQ0kD7e6yzDg-40" edge="1">
          <mxGeometry relative="1" as="geometry">
            <mxPoint x="2960" y="410" as="targetPoint" />
            <Array as="points" />
          </mxGeometry>
        </mxCell>
        <mxCell id="6U6_2w2MqQ0kD7e6yzDg-31" style="edgeStyle=orthogonalEdgeStyle;rounded=0;orthogonalLoop=1;jettySize=auto;html=1;" parent="1" source="6U6_2w2MqQ0kD7e6yzDg-10" target="6U6_2w2MqQ0kD7e6yzDg-22" edge="1">
          <mxGeometry relative="1" as="geometry" />
        </mxCell>
        <mxCell id="6U6_2w2MqQ0kD7e6yzDg-33" style="edgeStyle=orthogonalEdgeStyle;rounded=0;orthogonalLoop=1;jettySize=auto;html=1;" parent="1" source="6U6_2w2MqQ0kD7e6yzDg-10" target="6U6_2w2MqQ0kD7e6yzDg-32" edge="1">
          <mxGeometry relative="1" as="geometry" />
        </mxCell>
        <mxCell id="6U6_2w2MqQ0kD7e6yzDg-10" value="복무상태 확인" style="rhombus;whiteSpace=wrap;html=1;" parent="1" vertex="1">
          <mxGeometry x="2880" y="310" width="160" height="80" as="geometry" />
        </mxCell>
        <mxCell id="6U6_2w2MqQ0kD7e6yzDg-35" style="edgeStyle=orthogonalEdgeStyle;rounded=0;orthogonalLoop=1;jettySize=auto;html=1;" parent="1" source="6U6_2w2MqQ0kD7e6yzDg-11" target="6U6_2w2MqQ0kD7e6yzDg-34" edge="1">
          <mxGeometry relative="1" as="geometry" />
        </mxCell>
        <mxCell id="6U6_2w2MqQ0kD7e6yzDg-39" style="edgeStyle=orthogonalEdgeStyle;rounded=0;orthogonalLoop=1;jettySize=auto;html=1;" parent="1" source="6U6_2w2MqQ0kD7e6yzDg-11" target="6U6_2w2MqQ0kD7e6yzDg-36" edge="1">
          <mxGeometry relative="1" as="geometry" />
        </mxCell>
        <mxCell id="6U6_2w2MqQ0kD7e6yzDg-11" value="서버 연결 여부" style="rhombus;whiteSpace=wrap;html=1;" parent="1" vertex="1">
          <mxGeometry x="2880" y="510" width="160" height="80" as="geometry" />
        </mxCell>
        <mxCell id="6U6_2w2MqQ0kD7e6yzDg-12" value="성공" style="rounded=1;whiteSpace=wrap;html=1;" parent="1" vertex="1">
          <mxGeometry x="2420" y="600" width="120" height="60" as="geometry" />
        </mxCell>
        <mxCell id="6U6_2w2MqQ0kD7e6yzDg-16" style="edgeStyle=orthogonalEdgeStyle;rounded=0;orthogonalLoop=1;jettySize=auto;html=1;" parent="1" source="6U6_2w2MqQ0kD7e6yzDg-13" target="6U6_2w2MqQ0kD7e6yzDg-15" edge="1">
          <mxGeometry relative="1" as="geometry" />
        </mxCell>
        <mxCell id="6U6_2w2MqQ0kD7e6yzDg-13" value="sendMail: postId" style="rounded=0;whiteSpace=wrap;html=1;" parent="1" vertex="1">
          <mxGeometry x="2900" y="100" width="120" height="60" as="geometry" />
        </mxCell>
        <mxCell id="6U6_2w2MqQ0kD7e6yzDg-17" style="edgeStyle=orthogonalEdgeStyle;rounded=0;orthogonalLoop=1;jettySize=auto;html=1;" parent="1" source="6U6_2w2MqQ0kD7e6yzDg-15" target="6U6_2w2MqQ0kD7e6yzDg-10" edge="1">
          <mxGeometry relative="1" as="geometry" />
        </mxCell>
        <mxCell id="6U6_2w2MqQ0kD7e6yzDg-15" value="해당 DB 편지 확인" style="rhombus;whiteSpace=wrap;html=1;" parent="1" vertex="1">
          <mxGeometry x="2880" y="200" width="160" height="80" as="geometry" />
        </mxCell>
        <mxCell id="6U6_2w2MqQ0kD7e6yzDg-22" value="after" style="ellipse;whiteSpace=wrap;html=1;aspect=fixed;" parent="1" vertex="1">
          <mxGeometry x="3080" y="310" width="80" height="80" as="geometry" />
        </mxCell>
        <mxCell id="6U6_2w2MqQ0kD7e6yzDg-23" value="sucess" style="ellipse;whiteSpace=wrap;html=1;aspect=fixed;" parent="1" vertex="1">
          <mxGeometry x="2920" y="730" width="80" height="80" as="geometry" />
        </mxCell>
        <mxCell id="6U6_2w2MqQ0kD7e6yzDg-25" value="fail" style="ellipse;whiteSpace=wrap;html=1;aspect=fixed;" parent="1" vertex="1">
          <mxGeometry x="3090" y="620" width="80" height="80" as="geometry" />
        </mxCell>
        <mxCell id="6U6_2w2MqQ0kD7e6yzDg-32" value="skip" style="ellipse;whiteSpace=wrap;html=1;aspect=fixed;" parent="1" vertex="1">
          <mxGeometry x="2770" y="310" width="80" height="80" as="geometry" />
        </mxCell>
        <mxCell id="6U6_2w2MqQ0kD7e6yzDg-34" value="after" style="ellipse;whiteSpace=wrap;html=1;aspect=fixed;" parent="1" vertex="1">
          <mxGeometry x="3100" y="510" width="80" height="80" as="geometry" />
        </mxCell>
        <mxCell id="6U6_2w2MqQ0kD7e6yzDg-37" style="edgeStyle=orthogonalEdgeStyle;rounded=0;orthogonalLoop=1;jettySize=auto;html=1;" parent="1" source="6U6_2w2MqQ0kD7e6yzDg-36" target="6U6_2w2MqQ0kD7e6yzDg-25" edge="1">
          <mxGeometry relative="1" as="geometry" />
        </mxCell>
        <mxCell id="6U6_2w2MqQ0kD7e6yzDg-38" style="edgeStyle=orthogonalEdgeStyle;rounded=0;orthogonalLoop=1;jettySize=auto;html=1;" parent="1" source="6U6_2w2MqQ0kD7e6yzDg-36" target="6U6_2w2MqQ0kD7e6yzDg-23" edge="1">
          <mxGeometry relative="1" as="geometry" />
        </mxCell>
        <mxCell id="6U6_2w2MqQ0kD7e6yzDg-36" value="전송 성공 여부" style="rhombus;whiteSpace=wrap;html=1;" parent="1" vertex="1">
          <mxGeometry x="2880" y="620" width="160" height="80" as="geometry" />
        </mxCell>
        <mxCell id="6U6_2w2MqQ0kD7e6yzDg-42" style="edgeStyle=orthogonalEdgeStyle;rounded=0;orthogonalLoop=1;jettySize=auto;html=1;" parent="1" source="6U6_2w2MqQ0kD7e6yzDg-40" target="6U6_2w2MqQ0kD7e6yzDg-11" edge="1">
          <mxGeometry relative="1" as="geometry" />
        </mxCell>
        <mxCell id="6U6_2w2MqQ0kD7e6yzDg-40" value="편지 보내기" style="rounded=1;whiteSpace=wrap;html=1;" parent="1" vertex="1">
          <mxGeometry x="2900" y="420" width="120" height="60" as="geometry" />
        </mxCell>
        <mxCell id="wQPPLxiwdvjhVnuzjJRF-7" style="edgeStyle=orthogonalEdgeStyle;rounded=0;orthogonalLoop=1;jettySize=auto;html=1;" parent="1" source="wQPPLxiwdvjhVnuzjJRF-2" target="wQPPLxiwdvjhVnuzjJRF-6" edge="1">
          <mxGeometry relative="1" as="geometry" />
        </mxCell>
        <mxCell id="wQPPLxiwdvjhVnuzjJRF-9" style="edgeStyle=orthogonalEdgeStyle;rounded=0;orthogonalLoop=1;jettySize=auto;html=1;" parent="1" source="wQPPLxiwdvjhVnuzjJRF-2" target="wQPPLxiwdvjhVnuzjJRF-8" edge="1">
          <mxGeometry relative="1" as="geometry" />
        </mxCell>
        <mxCell id="wQPPLxiwdvjhVnuzjJRF-2" value="/mail" style="rounded=0;whiteSpace=wrap;html=1;" parent="1" vertex="1">
          <mxGeometry x="-60" y="-85" width="120" height="60" as="geometry" />
        </mxCell>
        <mxCell id="wQPPLxiwdvjhVnuzjJRF-5" style="edgeStyle=orthogonalEdgeStyle;rounded=0;orthogonalLoop=1;jettySize=auto;html=1;" parent="1" source="wQPPLxiwdvjhVnuzjJRF-4" target="wQPPLxiwdvjhVnuzjJRF-2" edge="1">
          <mxGeometry relative="1" as="geometry" />
        </mxCell>
        <mxCell id="wQPPLxiwdvjhVnuzjJRF-4" value="client" style="ellipse;whiteSpace=wrap;html=1;aspect=fixed;" parent="1" vertex="1">
          <mxGeometry x="-240" y="-95" width="80" height="80" as="geometry" />
        </mxCell>
        <mxCell id="wQPPLxiwdvjhVnuzjJRF-6" value="Post Queue" style="html=1;shadow=0;dashed=0;align=center;verticalAlign=middle;shape=mxgraph.arrows2.arrow;dy=0;dx=30;notch=30;" parent="1" vertex="1">
          <mxGeometry x="-95" y="-225" width="190" height="60" as="geometry" />
        </mxCell>
        <mxCell id="wQPPLxiwdvjhVnuzjJRF-8" value="airforce server" style="ellipse;shape=cloud;whiteSpace=wrap;html=1;" parent="1" vertex="1">
          <mxGeometry x="140" y="-100" width="140" height="90" as="geometry" />
        </mxCell>
        <mxCell id="wQPPLxiwdvjhVnuzjJRF-19" value="sendMail" style="ellipse;whiteSpace=wrap;html=1;" parent="1" vertex="1">
          <mxGeometry x="1246.25" y="340" width="120" height="80" as="geometry" />
        </mxCell>
        <mxCell id="wQPPLxiwdvjhVnuzjJRF-24" value="전송" style="rounded=0;orthogonalLoop=1;jettySize=auto;html=1;" parent="1" source="wQPPLxiwdvjhVnuzjJRF-23" target="wQPPLxiwdvjhVnuzjJRF-19" edge="1">
          <mxGeometry relative="1" as="geometry" />
        </mxCell>
        <mxCell id="cLTC8Ta03XSz9wgc8oL8-4" value="실패시 push" style="edgeStyle=orthogonalEdgeStyle;rounded=0;orthogonalLoop=1;jettySize=auto;html=1;entryX=0;entryY=0;entryDx=80;entryDy=0;entryPerimeter=0;exitX=0.5;exitY=0;exitDx=0;exitDy=0;" parent="1" source="wQPPLxiwdvjhVnuzjJRF-23" target="TXcI-fBlLuWAS2TPfB02-9" edge="1">
          <mxGeometry relative="1" as="geometry" />
        </mxCell>
        <mxCell id="wQPPLxiwdvjhVnuzjJRF-23" value="retryDelayedMails" style="ellipse;whiteSpace=wrap;html=1;" parent="1" vertex="1">
          <mxGeometry x="1445" y="150" width="120" height="80" as="geometry" />
        </mxCell>
        <mxCell id="K3UKubzrvV4H-gYz2n_W-5" value="per 4hours" style="edgeStyle=orthogonalEdgeStyle;rounded=0;orthogonalLoop=1;jettySize=auto;html=1;" parent="1" source="K3UKubzrvV4H-gYz2n_W-1" target="K3UKubzrvV4H-gYz2n_W-4" edge="1">
          <mxGeometry relative="1" as="geometry" />
        </mxCell>
        <mxCell id="K3UKubzrvV4H-gYz2n_W-1" value="node-cron" style="rhombus;whiteSpace=wrap;html=1;fillColor=#647687;fontColor=#ffffff;strokeColor=#314354;" parent="1" vertex="1">
          <mxGeometry x="1730" y="530" width="160" height="80" as="geometry" />
        </mxCell>
        <mxCell id="K3UKubzrvV4H-gYz2n_W-3" value="GET" style="edgeStyle=orthogonalEdgeStyle;rounded=0;orthogonalLoop=1;jettySize=auto;html=1;fillColor=#dae8fc;strokeColor=#6c8ebf;" parent="1" source="K3UKubzrvV4H-gYz2n_W-2" target="TXcI-fBlLuWAS2TPfB02-66" edge="1">
          <mxGeometry relative="1" as="geometry" />
        </mxCell>
        <mxCell id="K3UKubzrvV4H-gYz2n_W-2" value="syncProfile" style="ellipse;whiteSpace=wrap;html=1;" parent="1" vertex="1">
          <mxGeometry x="1490" y="700" width="120" height="80" as="geometry" />
        </mxCell>
        <mxCell id="K3UKubzrvV4H-gYz2n_W-6" style="edgeStyle=orthogonalEdgeStyle;rounded=0;orthogonalLoop=1;jettySize=auto;html=1;" parent="1" source="K3UKubzrvV4H-gYz2n_W-4" target="K3UKubzrvV4H-gYz2n_W-2" edge="1">
          <mxGeometry relative="1" as="geometry" />
        </mxCell>
        <mxCell id="K3UKubzrvV4H-gYz2n_W-8" value="인증 실패시 push" style="edgeStyle=orthogonalEdgeStyle;rounded=0;orthogonalLoop=1;jettySize=auto;html=1;exitX=0;exitY=0;exitDx=0;exitDy=0;entryX=0.502;entryY=0.017;entryDx=0;entryDy=0;entryPerimeter=0;" parent="1" source="K3UKubzrvV4H-gYz2n_W-4" target="TXcI-fBlLuWAS2TPfB02-61" edge="1">
          <mxGeometry relative="1" as="geometry">
            <mxPoint x="1300" y="480" as="targetPoint" />
            <Array as="points">
              <mxPoint x="1508" y="520" />
              <mxPoint x="1281" y="520" />
            </Array>
          </mxGeometry>
        </mxCell>
        <mxCell id="K3UKubzrvV4H-gYz2n_W-4" value="verifyUser" style="ellipse;whiteSpace=wrap;html=1;" parent="1" vertex="1">
          <mxGeometry x="1490" y="530" width="120" height="80" as="geometry" />
        </mxCell>
        <mxCell id="cLTC8Ta03XSz9wgc8oL8-30" value="" style="group" parent="1" vertex="1" connectable="0">
          <mxGeometry x="698.41" y="-450" width="891.59" height="340" as="geometry" />
        </mxCell>
        <mxCell id="cLTC8Ta03XSz9wgc8oL8-11" value="" style="rounded=0;whiteSpace=wrap;html=1;" parent="cLTC8Ta03XSz9wgc8oL8-30" vertex="1">
          <mxGeometry width="891.59" height="340" as="geometry" />
        </mxCell>
        <mxCell id="cLTC8Ta03XSz9wgc8oL8-12" value="실패시 push" style="edgeStyle=elbowEdgeStyle;rounded=0;orthogonalLoop=1;jettySize=auto;html=1;fillColor=#e1d5e7;strokeColor=#9673a6;dashed=1;entryX=0;entryY=0.5;entryDx=30;entryDy=0;entryPerimeter=0;exitX=1;exitY=0.25;exitDx=0;exitDy=0;" parent="cLTC8Ta03XSz9wgc8oL8-30" source="cLTC8Ta03XSz9wgc8oL8-23" target="cLTC8Ta03XSz9wgc8oL8-16" edge="1">
          <mxGeometry relative="1" as="geometry">
            <mxPoint x="572.5000000000001" y="225" as="sourcePoint" />
          </mxGeometry>
        </mxCell>
        <mxCell id="cLTC8Ta03XSz9wgc8oL8-13" value="POST" style="rounded=0;orthogonalLoop=1;jettySize=auto;html=1;startArrow=none;startFill=0;fillColor=#dae8fc;strokeColor=#6c8ebf;" parent="cLTC8Ta03XSz9wgc8oL8-30" source="cLTC8Ta03XSz9wgc8oL8-26" target="cLTC8Ta03XSz9wgc8oL8-14" edge="1">
          <mxGeometry relative="1" as="geometry" />
        </mxCell>
        <mxCell id="cLTC8Ta03XSz9wgc8oL8-14" value="기훈단 서버" style="ellipse;shape=cloud;whiteSpace=wrap;html=1;fillColor=#dae8fc;strokeColor=#6c8ebf;" parent="cLTC8Ta03XSz9wgc8oL8-30" vertex="1">
          <mxGeometry x="750.0000000000001" y="200" width="120" height="80" as="geometry" />
        </mxCell>
        <mxCell id="cLTC8Ta03XSz9wgc8oL8-16" value="Mail Queue" style="html=1;shadow=0;dashed=0;align=center;verticalAlign=middle;shape=mxgraph.arrows2.arrow;dy=0;dx=30;notch=30;fillColor=#f5f5f5;fontColor=#333333;strokeColor=#666666;" parent="cLTC8Ta03XSz9wgc8oL8-30" vertex="1">
          <mxGeometry x="481.59000000000026" y="60" width="190" height="60" as="geometry" />
        </mxCell>
        <mxCell id="cLTC8Ta03XSz9wgc8oL8-17" value="POST" style="edgeStyle=orthogonalEdgeStyle;rounded=0;orthogonalLoop=1;jettySize=auto;html=1;fillColor=#dae8fc;strokeColor=#6c8ebf;" parent="cLTC8Ta03XSz9wgc8oL8-30" source="cLTC8Ta03XSz9wgc8oL8-18" target="cLTC8Ta03XSz9wgc8oL8-23" edge="1">
          <mxGeometry relative="1" as="geometry">
            <mxPoint x="260" y="240" as="targetPoint" />
            <Array as="points">
              <mxPoint x="250" y="230" />
              <mxPoint x="250" y="230" />
            </Array>
          </mxGeometry>
        </mxCell>
        <mxCell id="cLTC8Ta03XSz9wgc8oL8-18" value="Client" style="rounded=1;whiteSpace=wrap;html=1;fillColor=#ffe6cc;strokeColor=#d79b00;" parent="cLTC8Ta03XSz9wgc8oL8-30" vertex="1">
          <mxGeometry x="50" y="210" width="120" height="60" as="geometry" />
        </mxCell>
        <mxCell id="cLTC8Ta03XSz9wgc8oL8-19" value="Mail" style="strokeWidth=2;html=1;shape=mxgraph.flowchart.database;whiteSpace=wrap;fillColor=#f5f5f5;fontColor=#333333;strokeColor=#666666;" parent="cLTC8Ta03XSz9wgc8oL8-30" vertex="1">
          <mxGeometry x="320" y="100" width="60" height="60" as="geometry" />
        </mxCell>
        <mxCell id="cLTC8Ta03XSz9wgc8oL8-20" value="편지 저장" style="edgeStyle=orthogonalEdgeStyle;rounded=0;orthogonalLoop=1;jettySize=auto;html=1;" parent="cLTC8Ta03XSz9wgc8oL8-30" source="cLTC8Ta03XSz9wgc8oL8-23" target="cLTC8Ta03XSz9wgc8oL8-19" edge="1">
          <mxGeometry relative="1" as="geometry" />
        </mxCell>
        <mxCell id="cLTC8Ta03XSz9wgc8oL8-21" value="전송" style="edgeStyle=orthogonalEdgeStyle;rounded=0;orthogonalLoop=1;jettySize=auto;html=1;dashed=1;fillColor=#e1d5e7;strokeColor=#9673a6;" parent="cLTC8Ta03XSz9wgc8oL8-30" source="cLTC8Ta03XSz9wgc8oL8-23" target="cLTC8Ta03XSz9wgc8oL8-26" edge="1">
          <mxGeometry relative="1" as="geometry">
            <mxPoint x="550.0000000000001" y="240" as="targetPoint" />
          </mxGeometry>
        </mxCell>
        <mxCell id="cLTC8Ta03XSz9wgc8oL8-22" value="50ms" style="edgeStyle=orthogonalEdgeStyle;rounded=0;orthogonalLoop=1;jettySize=auto;html=1;strokeColor=#67AB9F;" parent="cLTC8Ta03XSz9wgc8oL8-30" source="cLTC8Ta03XSz9wgc8oL8-23" target="cLTC8Ta03XSz9wgc8oL8-18" edge="1">
          <mxGeometry relative="1" as="geometry">
            <Array as="points">
              <mxPoint x="250" y="250" />
              <mxPoint x="250" y="250" />
            </Array>
          </mxGeometry>
        </mxCell>
        <mxCell id="cLTC8Ta03XSz9wgc8oL8-23" value="/mail" style="rounded=1;whiteSpace=wrap;html=1;" parent="cLTC8Ta03XSz9wgc8oL8-30" vertex="1">
          <mxGeometry x="290" y="210" width="120" height="60" as="geometry" />
        </mxCell>
        <mxCell id="cLTC8Ta03XSz9wgc8oL8-26" value="sendMail" style="ellipse;whiteSpace=wrap;html=1;" parent="cLTC8Ta03XSz9wgc8oL8-30" vertex="1">
          <mxGeometry x="536.2500000000001" y="200" width="120" height="80" as="geometry" />
        </mxCell>
        <mxCell id="HjyYQR78wkuJb60IUFvB-1" value="PostgreSQL" style="shape=cylinder3;whiteSpace=wrap;html=1;boundedLbl=1;backgroundOutline=1;size=15;fillColor=#e1d5e7;strokeColor=#9673a6;" parent="1" vertex="1">
          <mxGeometry x="-413" y="567.5" width="103" height="95" as="geometry" />
        </mxCell>
        <mxCell id="HjyYQR78wkuJb60IUFvB-27" style="edgeStyle=orthogonalEdgeStyle;rounded=0;orthogonalLoop=1;jettySize=auto;html=1;" parent="1" source="HjyYQR78wkuJb60IUFvB-2" target="HjyYQR78wkuJb60IUFvB-21" edge="1">
          <mxGeometry relative="1" as="geometry" />
        </mxCell>
        <mxCell id="HjyYQR78wkuJb60IUFvB-2" value="bean" style="rounded=0;whiteSpace=wrap;html=1;" parent="1" vertex="1">
          <mxGeometry x="-1310" y="585" width="120" height="60" as="geometry" />
        </mxCell>
        <mxCell id="HjyYQR78wkuJb60IUFvB-5" style="edgeStyle=orthogonalEdgeStyle;rounded=0;orthogonalLoop=1;jettySize=auto;html=1;" parent="1" source="HjyYQR78wkuJb60IUFvB-4" target="HjyYQR78wkuJb60IUFvB-1" edge="1">
          <mxGeometry relative="1" as="geometry" />
        </mxCell>
        <mxCell id="HjyYQR78wkuJb60IUFvB-9" style="edgeStyle=orthogonalEdgeStyle;rounded=0;orthogonalLoop=1;jettySize=auto;html=1;" parent="1" source="HjyYQR78wkuJb60IUFvB-4" target="HjyYQR78wkuJb60IUFvB-6" edge="1">
          <mxGeometry relative="1" as="geometry" />
        </mxCell>
        <mxCell id="HjyYQR78wkuJb60IUFvB-4" value="repository" style="rounded=0;whiteSpace=wrap;html=1;" parent="1" vertex="1">
          <mxGeometry x="-760" y="585" width="120" height="60" as="geometry" />
        </mxCell>
        <mxCell id="HjyYQR78wkuJb60IUFvB-6" value="repository interface" style="rounded=0;whiteSpace=wrap;html=1;" parent="1" vertex="1">
          <mxGeometry x="-930" y="585" width="120" height="60" as="geometry" />
        </mxCell>
        <mxCell id="HjyYQR78wkuJb60IUFvB-12" style="edgeStyle=orthogonalEdgeStyle;rounded=0;orthogonalLoop=1;jettySize=auto;html=1;" parent="1" source="HjyYQR78wkuJb60IUFvB-11" target="HjyYQR78wkuJb60IUFvB-2" edge="1">
          <mxGeometry relative="1" as="geometry" />
        </mxCell>
        <mxCell id="HjyYQR78wkuJb60IUFvB-11" value="server action" style="rounded=0;whiteSpace=wrap;html=1;" parent="1" vertex="1">
          <mxGeometry x="-1550" y="585" width="120" height="60" as="geometry" />
        </mxCell>
        <mxCell id="HjyYQR78wkuJb60IUFvB-13" value="client component" style="rounded=0;whiteSpace=wrap;html=1;" parent="1" vertex="1">
          <mxGeometry x="-2020" y="585" width="120" height="60" as="geometry" />
        </mxCell>
        <mxCell id="HjyYQR78wkuJb60IUFvB-17" style="rounded=0;orthogonalLoop=1;jettySize=auto;html=1;" parent="1" source="HjyYQR78wkuJb60IUFvB-14" target="HjyYQR78wkuJb60IUFvB-2" edge="1">
          <mxGeometry relative="1" as="geometry" />
        </mxCell>
        <mxCell id="HjyYQR78wkuJb60IUFvB-14" value="ssr bridge" style="rounded=0;whiteSpace=wrap;html=1;" parent="1" vertex="1">
          <mxGeometry x="-1550" y="670" width="120" height="60" as="geometry" />
        </mxCell>
        <mxCell id="HjyYQR78wkuJb60IUFvB-16" style="rounded=0;orthogonalLoop=1;jettySize=auto;html=1;" parent="1" source="HjyYQR78wkuJb60IUFvB-15" target="HjyYQR78wkuJb60IUFvB-2" edge="1">
          <mxGeometry relative="1" as="geometry" />
        </mxCell>
        <mxCell id="HjyYQR78wkuJb60IUFvB-15" value="api route" style="rounded=0;whiteSpace=wrap;html=1;" parent="1" vertex="1">
          <mxGeometry x="-1550" y="500" width="120" height="60" as="geometry" />
        </mxCell>
        <mxCell id="HjyYQR78wkuJb60IUFvB-22" style="edgeStyle=orthogonalEdgeStyle;rounded=0;orthogonalLoop=1;jettySize=auto;html=1;" parent="1" source="HjyYQR78wkuJb60IUFvB-21" target="HjyYQR78wkuJb60IUFvB-6" edge="1">
          <mxGeometry relative="1" as="geometry" />
        </mxCell>
        <mxCell id="Upm6PCn5BPKzZfiTRTz7-5" style="edgeStyle=orthogonalEdgeStyle;rounded=0;orthogonalLoop=1;jettySize=auto;html=1;" parent="1" source="HjyYQR78wkuJb60IUFvB-21" target="Upm6PCn5BPKzZfiTRTz7-4" edge="1">
          <mxGeometry relative="1" as="geometry" />
        </mxCell>
        <mxCell id="HjyYQR78wkuJb60IUFvB-21" value="service" style="rounded=0;whiteSpace=wrap;html=1;" parent="1" vertex="1">
          <mxGeometry x="-1120" y="585" width="120" height="60" as="geometry" />
        </mxCell>
        <mxCell id="HjyYQR78wkuJb60IUFvB-31" value="controller" style="text;html=1;align=center;verticalAlign=middle;whiteSpace=wrap;rounded=0;" parent="1" vertex="1">
          <mxGeometry x="-1520" y="420" width="60" height="30" as="geometry" />
        </mxCell>
        <mxCell id="HjyYQR78wkuJb60IUFvB-36" value="Backend" style="text;html=1;align=center;verticalAlign=middle;whiteSpace=wrap;rounded=0;" parent="1" vertex="1">
          <mxGeometry x="-1095" y="320" width="60" height="30" as="geometry" />
        </mxCell>
        <mxCell id="HjyYQR78wkuJb60IUFvB-38" value="service" style="text;html=1;align=center;verticalAlign=middle;whiteSpace=wrap;rounded=0;" parent="1" vertex="1">
          <mxGeometry x="-1090" y="420" width="60" height="30" as="geometry" />
        </mxCell>
        <mxCell id="HjyYQR78wkuJb60IUFvB-50" style="edgeStyle=orthogonalEdgeStyle;rounded=0;orthogonalLoop=1;jettySize=auto;html=1;" parent="1" source="HjyYQR78wkuJb60IUFvB-41" target="HjyYQR78wkuJb60IUFvB-13" edge="1">
          <mxGeometry relative="1" as="geometry" />
        </mxCell>
        <mxCell id="HjyYQR78wkuJb60IUFvB-41" value="server component" style="rounded=0;whiteSpace=wrap;html=1;" parent="1" vertex="1">
          <mxGeometry x="-2020" y="670" width="120" height="60" as="geometry" />
        </mxCell>
        <mxCell id="HjyYQR78wkuJb60IUFvB-47" value="Frontend" style="text;html=1;align=center;verticalAlign=middle;whiteSpace=wrap;rounded=0;" parent="1" vertex="1">
          <mxGeometry x="-2020" y="320" width="60" height="30" as="geometry" />
        </mxCell>
        <mxCell id="HjyYQR78wkuJb60IUFvB-58" value=":3000" style="edgeStyle=orthogonalEdgeStyle;rounded=0;orthogonalLoop=1;jettySize=auto;html=1;" parent="1" source="HjyYQR78wkuJb60IUFvB-51" target="HjyYQR78wkuJb60IUFvB-56" edge="1">
          <mxGeometry relative="1" as="geometry" />
        </mxCell>
        <mxCell id="HjyYQR78wkuJb60IUFvB-60" style="edgeStyle=orthogonalEdgeStyle;rounded=0;orthogonalLoop=1;jettySize=auto;html=1;" parent="1" source="HjyYQR78wkuJb60IUFvB-51" target="HjyYQR78wkuJb60IUFvB-59" edge="1">
          <mxGeometry relative="1" as="geometry" />
        </mxCell>
        <mxCell id="HjyYQR78wkuJb60IUFvB-51" value="nginx" style="rounded=0;whiteSpace=wrap;html=1;" parent="1" vertex="1">
          <mxGeometry x="-2460" y="505" width="120" height="60" as="geometry" />
        </mxCell>
        <mxCell id="HjyYQR78wkuJb60IUFvB-54" value="https" style="edgeStyle=orthogonalEdgeStyle;rounded=0;orthogonalLoop=1;jettySize=auto;html=1;" parent="1" source="HjyYQR78wkuJb60IUFvB-52" target="HjyYQR78wkuJb60IUFvB-51" edge="1">
          <mxGeometry relative="1" as="geometry" />
        </mxCell>
        <mxCell id="HjyYQR78wkuJb60IUFvB-52" value="user" style="shape=umlActor;verticalLabelPosition=bottom;verticalAlign=top;html=1;outlineConnect=0;" parent="1" vertex="1">
          <mxGeometry x="-2650" y="505" width="30" height="60" as="geometry" />
        </mxCell>
        <mxCell id="HjyYQR78wkuJb60IUFvB-57" value="rokafmail.kr:3000" style="text;html=1;align=center;verticalAlign=middle;whiteSpace=wrap;rounded=0;" parent="1" vertex="1">
          <mxGeometry x="-1280" y="225" width="60" height="30" as="geometry" />
        </mxCell>
        <mxCell id="HjyYQR78wkuJb60IUFvB-66" value="Action Response" style="rounded=0;whiteSpace=wrap;html=1;fillColor=#d5e8d4;strokeColor=none;" parent="1" vertex="1">
          <mxGeometry x="-1810" y="585" width="120" height="160" as="geometry" />
        </mxCell>
        <mxCell id="HjyYQR78wkuJb60IUFvB-59" value="maintenance.html" style="rounded=0;whiteSpace=wrap;html=1;" parent="1" vertex="1">
          <mxGeometry x="-2460" y="390" width="120" height="60" as="geometry" />
        </mxCell>
        <mxCell id="HjyYQR78wkuJb60IUFvB-75" style="edgeStyle=orthogonalEdgeStyle;rounded=0;orthogonalLoop=1;jettySize=auto;html=1;" parent="1" source="HjyYQR78wkuJb60IUFvB-72" target="HjyYQR78wkuJb60IUFvB-74" edge="1">
          <mxGeometry relative="1" as="geometry" />
        </mxCell>
        <mxCell id="HjyYQR78wkuJb60IUFvB-72" value="view" style="rounded=0;whiteSpace=wrap;html=1;" parent="1" vertex="1">
          <mxGeometry x="-2450" y="1300" width="120" height="60" as="geometry" />
        </mxCell>
        <mxCell id="HjyYQR78wkuJb60IUFvB-77" style="edgeStyle=orthogonalEdgeStyle;rounded=0;orthogonalLoop=1;jettySize=auto;html=1;" parent="1" source="HjyYQR78wkuJb60IUFvB-74" target="HjyYQR78wkuJb60IUFvB-76" edge="1">
          <mxGeometry relative="1" as="geometry" />
        </mxCell>
        <mxCell id="HjyYQR78wkuJb60IUFvB-74" value="viewmodel" style="rounded=0;whiteSpace=wrap;html=1;" parent="1" vertex="1">
          <mxGeometry x="-2248" y="1300" width="120" height="60" as="geometry" />
        </mxCell>
        <mxCell id="HjyYQR78wkuJb60IUFvB-76" value="model" style="rounded=0;whiteSpace=wrap;html=1;" parent="1" vertex="1">
          <mxGeometry x="-2060" y="1300" width="120" height="60" as="geometry" />
        </mxCell>
        <mxCell id="Upm6PCn5BPKzZfiTRTz7-1" style="edgeStyle=orthogonalEdgeStyle;rounded=0;orthogonalLoop=1;jettySize=auto;html=1;" parent="1" source="HjyYQR78wkuJb60IUFvB-13" target="HjyYQR78wkuJb60IUFvB-11" edge="1">
          <mxGeometry relative="1" as="geometry" />
        </mxCell>
        <mxCell id="Upm6PCn5BPKzZfiTRTz7-2" style="edgeStyle=orthogonalEdgeStyle;rounded=0;orthogonalLoop=1;jettySize=auto;html=1;" parent="1" source="HjyYQR78wkuJb60IUFvB-41" target="HjyYQR78wkuJb60IUFvB-14" edge="1">
          <mxGeometry relative="1" as="geometry" />
        </mxCell>
        <mxCell id="Upm6PCn5BPKzZfiTRTz7-4" value="airforce.mil" style="ellipse;shape=cloud;whiteSpace=wrap;html=1;fillColor=#dae8fc;strokeColor=#6c8ebf;" parent="1" vertex="1">
          <mxGeometry x="-1140" y="900" width="160" height="100" as="geometry" />
        </mxCell>
        <mxCell id="KC-ms6B9jHgwYm-Lv0Fj-1" value="model" style="rounded=0;whiteSpace=wrap;html=1;" vertex="1" parent="1">
          <mxGeometry x="-1970" y="1350" width="120" height="60" as="geometry" />
        </mxCell>
        <mxCell id="KC-ms6B9jHgwYm-Lv0Fj-10" value="https" style="edgeStyle=orthogonalEdgeStyle;rounded=0;orthogonalLoop=1;jettySize=auto;html=1;" edge="1" source="KC-ms6B9jHgwYm-Lv0Fj-11" target="KC-ms6B9jHgwYm-Lv0Fj-45" parent="1">
          <mxGeometry relative="1" as="geometry">
            <mxPoint x="-1370" y="1811" as="targetPoint" />
          </mxGeometry>
        </mxCell>
        <mxCell id="KC-ms6B9jHgwYm-Lv0Fj-11" value="user" style="shape=umlActor;verticalLabelPosition=bottom;verticalAlign=top;html=1;outlineConnect=0;" vertex="1" parent="1">
-           <mxGeometry x="-1340" y="1781" width="30" height="60" as="geometry" />
+           <mxGeometry x="-1310" y="1781" width="30" height="60" as="geometry" />
        </mxCell>
        <mxCell id="KC-ms6B9jHgwYm-Lv0Fj-22" style="edgeStyle=orthogonalEdgeStyle;rounded=0;orthogonalLoop=1;jettySize=auto;html=1;" edge="1" parent="1" source="KC-ms6B9jHgwYm-Lv0Fj-14" target="KC-ms6B9jHgwYm-Lv0Fj-21">
          <mxGeometry relative="1" as="geometry" />
        </mxCell>
        <mxCell id="KC-ms6B9jHgwYm-Lv0Fj-28" style="edgeStyle=orthogonalEdgeStyle;rounded=0;orthogonalLoop=1;jettySize=auto;html=1;" edge="1" parent="1" source="KC-ms6B9jHgwYm-Lv0Fj-14" target="KC-ms6B9jHgwYm-Lv0Fj-27">
          <mxGeometry relative="1" as="geometry">
            <mxPoint x="-880" y="1900" as="targetPoint" />
          </mxGeometry>
        </mxCell>
-         <mxCell id="KC-ms6B9jHgwYm-Lv0Fj-31" value="편지 보내기" style="rounded=0;orthogonalLoop=1;jettySize=auto;html=1;" edge="1" parent="1" source="KC-ms6B9jHgwYm-Lv0Fj-14" target="KC-ms6B9jHgwYm-Lv0Fj-48">
+         <mxCell id="KC-ms6B9jHgwYm-Lv0Fj-31" value="편지 보내기" style="rounded=0;orthogonalLoop=1;jettySize=auto;html=1;edgeStyle=orthogonalEdgeStyle;" edge="1" parent="1" source="KC-ms6B9jHgwYm-Lv0Fj-14" target="KC-ms6B9jHgwYm-Lv0Fj-48">
          <mxGeometry relative="1" as="geometry">
            <mxPoint x="-979.7674418604652" y="1910" as="targetPoint" />
          </mxGeometry>
        </mxCell>
        <mxCell id="KC-ms6B9jHgwYm-Lv0Fj-14" value="NEXT.js" style="rounded=0;whiteSpace=wrap;html=1;" vertex="1" parent="1">
          <mxGeometry x="-940" y="1781" width="120" height="60" as="geometry" />
        </mxCell>
        <mxCell id="KC-ms6B9jHgwYm-Lv0Fj-21" value="PostgreSQL" style="shape=cylinder3;whiteSpace=wrap;html=1;boundedLbl=1;backgroundOutline=1;size=15;" vertex="1" parent="1">
-           <mxGeometry x="-730" y="1771" width="110" height="80" as="geometry" />
+           <mxGeometry x="-740" y="1771" width="110" height="80" as="geometry" />
        </mxCell>
        <mxCell id="KC-ms6B9jHgwYm-Lv0Fj-27" value="Redis" style="rounded=0;whiteSpace=wrap;html=1;" vertex="1" parent="1">
          <mxGeometry x="-940" y="1660" width="120" height="60" as="geometry" />
        </mxCell>
-         <mxCell id="KC-ms6B9jHgwYm-Lv0Fj-32" value="" style="rounded=0;orthogonalLoop=1;jettySize=auto;html=1;" edge="1" parent="1" source="KC-ms6B9jHgwYm-Lv0Fj-30" target="KC-ms6B9jHgwYm-Lv0Fj-48">
-           <mxGeometry relative="1" as="geometry">
-             <mxPoint x="-1010" y="1970" as="targetPoint" />
+         <mxCell id="KC-ms6B9jHgwYm-Lv0Fj-32" value="" style="rounded=0;orthogonalLoop=1;jettySize=auto;html=1;edgeStyle=orthogonalEdgeStyle;" edge="1" parent="1" source="KC-ms6B9jHgwYm-Lv0Fj-30" target="KC-ms6B9jHgwYm-Lv0Fj-48">
+           <mxGeometry relative="1" as="geometry">
+             <mxPoint x="-880" y="1980" as="targetPoint" />
          </mxGeometry>
        </mxCell>
        <mxCell id="KC-ms6B9jHgwYm-Lv0Fj-36" style="rounded=0;orthogonalLoop=1;jettySize=auto;html=1;" edge="1" parent="1" source="KC-ms6B9jHgwYm-Lv0Fj-30" target="KC-ms6B9jHgwYm-Lv0Fj-35">
-           <mxGeometry relative="1" as="geometry" />
+           <mxGeometry relative="1" as="geometry">
+             <mxPoint x="-765.0000000000005" y="2077.073170731707" as="sourcePoint" />
+           </mxGeometry>
        </mxCell>
        <mxCell id="KC-ms6B9jHgwYm-Lv0Fj-38" style="edgeStyle=orthogonalEdgeStyle;rounded=0;orthogonalLoop=1;jettySize=auto;html=1;" edge="1" parent="1" source="KC-ms6B9jHgwYm-Lv0Fj-30" target="KC-ms6B9jHgwYm-Lv0Fj-37">
          <mxGeometry relative="1" as="geometry" />
        </mxCell>
        <mxCell id="KC-ms6B9jHgwYm-Lv0Fj-40" style="edgeStyle=orthogonalEdgeStyle;rounded=0;orthogonalLoop=1;jettySize=auto;html=1;" edge="1" parent="1" source="KC-ms6B9jHgwYm-Lv0Fj-30" target="KC-ms6B9jHgwYm-Lv0Fj-39">
          <mxGeometry relative="1" as="geometry" />
        </mxCell>
        <mxCell id="KC-ms6B9jHgwYm-Lv0Fj-30" value="rokaf Send Server" style="rounded=0;whiteSpace=wrap;html=1;" vertex="1" parent="1">
-           <mxGeometry x="-1070" y="2030" width="120" height="60" as="geometry" />
+           <mxGeometry x="-940" y="2040" width="120" height="60" as="geometry" />
        </mxCell>
        <mxCell id="KC-ms6B9jHgwYm-Lv0Fj-35" value="PostgreSQL" style="shape=cylinder3;whiteSpace=wrap;html=1;boundedLbl=1;backgroundOutline=1;size=15;" vertex="1" parent="1">
-           <mxGeometry x="-870" y="2130" width="110" height="80" as="geometry" />
+           <mxGeometry x="-720" y="2030" width="110" height="80" as="geometry" />
        </mxCell>
        <mxCell id="KC-ms6B9jHgwYm-Lv0Fj-37" value="airforce.mil" style="ellipse;shape=cloud;whiteSpace=wrap;html=1;" vertex="1" parent="1">
-           <mxGeometry x="-1070" y="2140" width="120" height="80" as="geometry" />
+           <mxGeometry x="-940" y="2150" width="120" height="80" as="geometry" />
        </mxCell>
        <mxCell id="KC-ms6B9jHgwYm-Lv0Fj-39" value="PostQueue" style="shape=step;perimeter=stepPerimeter;whiteSpace=wrap;html=1;fixedSize=1;" vertex="1" parent="1">
-           <mxGeometry x="-827" y="2030" width="120" height="60" as="geometry" />
-         </mxCell>
-         <mxCell id="KC-ms6B9jHgwYm-Lv0Fj-42" style="rounded=0;orthogonalLoop=1;jettySize=auto;html=1;" edge="1" parent="1" source="KC-ms6B9jHgwYm-Lv0Fj-41" target="KC-ms6B9jHgwYm-Lv0Fj-39">
-           <mxGeometry relative="1" as="geometry" />
-         </mxCell>
-         <mxCell id="KC-ms6B9jHgwYm-Lv0Fj-43" style="rounded=0;orthogonalLoop=1;jettySize=auto;html=1;" edge="1" parent="1" source="KC-ms6B9jHgwYm-Lv0Fj-41" target="KC-ms6B9jHgwYm-Lv0Fj-48">
-           <mxGeometry relative="1" as="geometry">
-             <mxPoint x="-950" y="1940" as="targetPoint" />
+           <mxGeometry x="-1130" y="2040" width="120" height="60" as="geometry" />
+         </mxCell>
+         <mxCell id="KC-ms6B9jHgwYm-Lv0Fj-42" style="rounded=0;orthogonalLoop=1;jettySize=auto;html=1;edgeStyle=orthogonalEdgeStyle;" edge="1" parent="1" source="KC-ms6B9jHgwYm-Lv0Fj-41" target="KC-ms6B9jHgwYm-Lv0Fj-39">
+           <mxGeometry relative="1" as="geometry" />
+         </mxCell>
+         <mxCell id="KC-ms6B9jHgwYm-Lv0Fj-43" style="rounded=0;orthogonalLoop=1;jettySize=auto;html=1;edgeStyle=orthogonalEdgeStyle;" edge="1" parent="1" source="KC-ms6B9jHgwYm-Lv0Fj-41" target="KC-ms6B9jHgwYm-Lv0Fj-48">
+           <mxGeometry relative="1" as="geometry">
+             <mxPoint x="-820" y="1950" as="targetPoint" />
          </mxGeometry>
        </mxCell>
        <mxCell id="KC-ms6B9jHgwYm-Lv0Fj-41" value="cron job server" style="rounded=0;whiteSpace=wrap;html=1;" vertex="1" parent="1">
-           <mxGeometry x="-827" y="1910" width="120" height="60" as="geometry" />
-         </mxCell>
-         <mxCell id="KC-ms6B9jHgwYm-Lv0Fj-47" style="edgeStyle=orthogonalEdgeStyle;rounded=0;orthogonalLoop=1;jettySize=auto;html=1;" edge="1" parent="1" source="KC-ms6B9jHgwYm-Lv0Fj-45" target="KC-ms6B9jHgwYm-Lv0Fj-14">
+           <mxGeometry x="-1130" y="1920" width="120" height="60" as="geometry" />
+         </mxCell>
+         <mxCell id="KC-ms6B9jHgwYm-Lv0Fj-47" value="load balancing" style="edgeStyle=orthogonalEdgeStyle;rounded=0;orthogonalLoop=1;jettySize=auto;html=1;" edge="1" parent="1" source="KC-ms6B9jHgwYm-Lv0Fj-45" target="KC-ms6B9jHgwYm-Lv0Fj-14">
          <mxGeometry relative="1" as="geometry" />
        </mxCell>
        <mxCell id="KC-ms6B9jHgwYm-Lv0Fj-45" value="Nginx" style="rounded=0;whiteSpace=wrap;html=1;" vertex="1" parent="1">
-           <mxGeometry x="-1170" y="1781" width="120" height="60" as="geometry" />
-         </mxCell>
-         <mxCell id="KC-ms6B9jHgwYm-Lv0Fj-48" value="kafka&lt;div&gt;send queue&lt;/div&gt;" style="shape=step;perimeter=stepPerimeter;whiteSpace=wrap;html=1;fixedSize=1;" vertex="1" parent="1">
-           <mxGeometry x="-1070" y="1910" width="120" height="60" as="geometry" />
+           <mxGeometry x="-1160" y="1781" width="120" height="60" as="geometry" />
+         </mxCell>
+         <mxCell id="KC-ms6B9jHgwYm-Lv0Fj-48" value="Kafka&lt;div&gt;LetterQueue&lt;/div&gt;" style="shape=step;perimeter=stepPerimeter;whiteSpace=wrap;html=1;fixedSize=1;" vertex="1" parent="1">
+           <mxGeometry x="-940" y="1920" width="120" height="60" as="geometry" />
        </mxCell>
      </root>
    </mxGraphModel>
  </diagram>
</mxfile>
